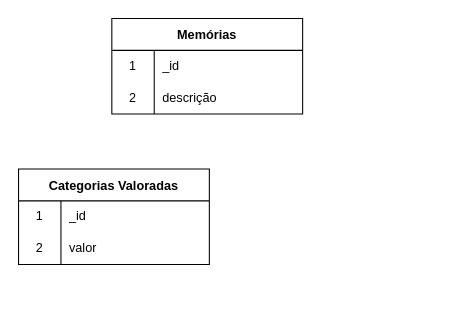
Above: docs/diagrama_de_dados_aurora.drawio in marvinho-tn/aurora (draw.io), before the change. Source tidied: cells renumbered, new cells numbered last; positions are measured from the earlier drawing's top-left corner, leaving out a move shared by most shapes. Both pictures are drawn from the tidied source at 106%, with x=0, y=0 at pixel (18, 18).
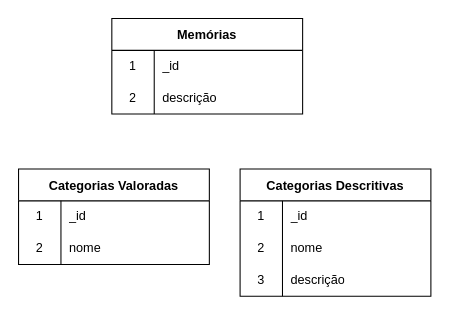
Above is the later version.

Unchanged cells that the change refers to:
```xml
<mxCell id="13" style="shape=tableRow;horizontal=0;startSize=0;swimlaneHead=0;swimlaneBody=0;top=0;left=0;bottom=0;right=0;fillColor=none;" parent="9" vertex="1">
  <mxGeometry y="60" width="180" height="30" as="geometry" />
</mxCell>
```

The edit, as a diff of the source:
```diff
@@
-    <mxCell id="15" value="valor" style="shape=partialRectangle;html=1;whiteSpace=wrap;fillColor=none;top=0;left=0;bottom=0;right=0;align=left;spacingLeft=6;overflow=hidden;" parent="13" vertex="1">
+    <mxCell id="15" value="nome" style="shape=partialRectangle;html=1;whiteSpace=wrap;fillColor=none;top=0;left=0;bottom=0;right=0;align=left;spacingLeft=6;overflow=hidden;" parent="13" vertex="1">
       <mxGeometry x="40" width="140" height="30" as="geometry" />
     </mxCell>
+    <mxCell id="16" value="Categorias Descritivas" style="shape=table;startSize=30;childLayout=tableLayout;rowLines=0;fontStyle=1;" parent="1" vertex="1">
+      <mxGeometry x="209" y="142" width="180" height="120" as="geometry" />
+    </mxCell>
+    <mxCell id="17" style="shape=tableRow;horizontal=0;startSize=0;swimlaneHead=0;swimlaneBody=0;top=0;left=0;bottom=0;right=0;fillColor=none;" parent="16" vertex="1">
+      <mxGeometry y="30" width="180" height="30" as="geometry" />
+    </mxCell>
+    <mxCell id="18" value="1" style="shape=partialRectangle;html=1;whiteSpace=wrap;fillColor=none;top=0;left=0;bottom=0;right=0;overflow=hidden;" parent="17" vertex="1">
+      <mxGeometry width="40" height="30" as="geometry" />
+    </mxCell>
+    <mxCell id="19" value="_id" style="shape=partialRectangle;html=1;whiteSpace=wrap;fillColor=none;top=0;left=0;bottom=0;right=0;align=left;spacingLeft=6;overflow=hidden;" parent="17" vertex="1">
+      <mxGeometry x="40" width="140" height="30" as="geometry" />
+    </mxCell>
+    <mxCell id="20" style="shape=tableRow;horizontal=0;startSize=0;swimlaneHead=0;swimlaneBody=0;top=0;left=0;bottom=0;right=0;fillColor=none;" parent="16" vertex="1">
+      <mxGeometry y="60" width="180" height="30" as="geometry" />
+    </mxCell>
+    <mxCell id="21" value="2" style="shape=partialRectangle;html=1;whiteSpace=wrap;fillColor=none;top=0;left=0;bottom=0;right=0;overflow=hidden;" parent="20" vertex="1">
+      <mxGeometry width="40" height="30" as="geometry" />
+    </mxCell>
+    <mxCell id="22" value="nome" style="shape=partialRectangle;html=1;whiteSpace=wrap;fillColor=none;top=0;left=0;bottom=0;right=0;align=left;spacingLeft=6;overflow=hidden;" parent="20" vertex="1">
+      <mxGeometry x="40" width="140" height="30" as="geometry" />
+    </mxCell>
+    <mxCell id="23" style="shape=tableRow;horizontal=0;startSize=0;swimlaneHead=0;swimlaneBody=0;top=0;left=0;bottom=0;right=0;fillColor=none;" parent="16" vertex="1">
+      <mxGeometry y="90" width="180" height="30" as="geometry" />
+    </mxCell>
+    <mxCell id="24" value="3" style="shape=partialRectangle;html=1;whiteSpace=wrap;fillColor=none;top=0;left=0;bottom=0;right=0;overflow=hidden;" parent="23" vertex="1">
+      <mxGeometry width="40" height="30" as="geometry" />
+    </mxCell>
+    <mxCell id="25" value="descrição" style="shape=partialRectangle;html=1;whiteSpace=wrap;fillColor=none;top=0;left=0;bottom=0;right=0;align=left;spacingLeft=6;overflow=hidden;" parent="23" vertex="1">
+      <mxGeometry x="40" width="140" height="30" as="geometry" />
+    </mxCell>
```
